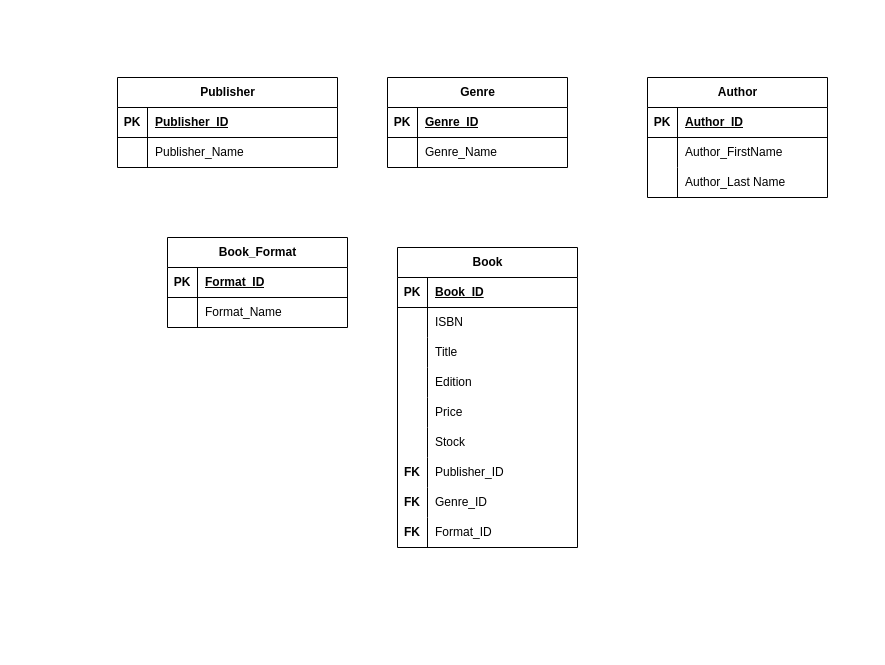
Before: ERD.drawio in s-medalha/Data-Management, a draw.io diagram. Source tidied: cells renumbered, new cells numbered last; positions are measured from the earlier drawing's top-left corner, leaving out a move shared by most shapes. Both pictures are drawn from the tidied source at 100%, with x=0, y=0 at pixel (117, 77).
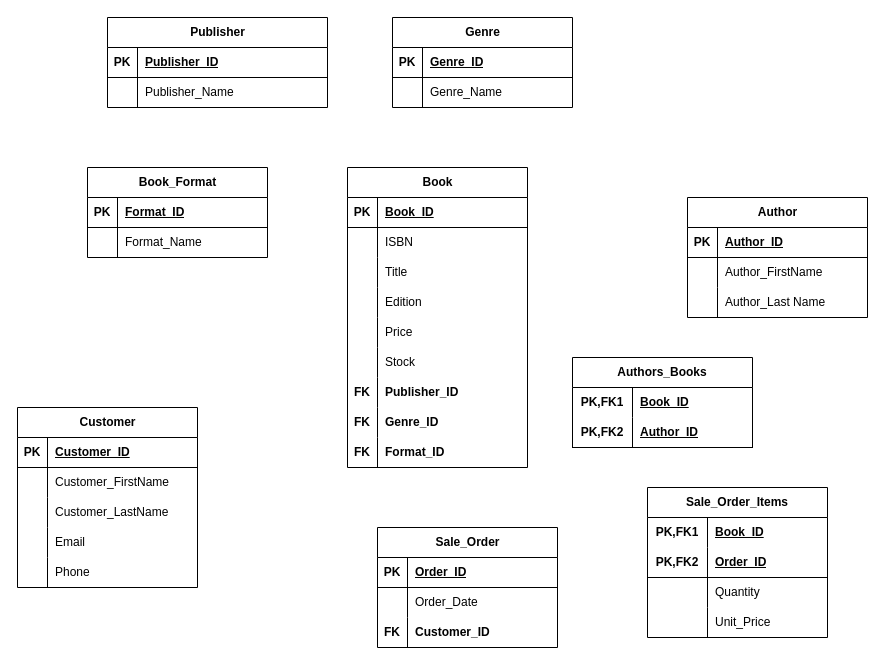
The same page after the edit.

The change refers to these unchanged cells:
```xml
<mxCell id="53" style="shape=tableRow;horizontal=0;startSize=0;swimlaneHead=0;swimlaneBody=0;fillColor=none;top=0;left=0;right=0;bottom=0;" parent="34" vertex="1">
  <mxGeometry y="210" width="180" height="30" as="geometry" />
</mxCell>
<mxCell id="56" style="shape=tableRow;horizontal=0;startSize=0;swimlaneHead=0;swimlaneBody=0;fillColor=none;top=0;left=0;right=0;bottom=0;" parent="34" vertex="1">
  <mxGeometry y="240" width="180" height="30" as="geometry" />
</mxCell>
<mxCell id="59" style="shape=tableRow;horizontal=0;startSize=0;swimlaneHead=0;swimlaneBody=0;fillColor=none;top=0;left=0;right=0;bottom=0;" parent="34" vertex="1">
  <mxGeometry y="270" width="180" height="30" as="geometry" />
</mxCell>
```

The edit, as a diff of the source:
```diff
@@
     <mxCell id="2" value="Publisher" style="shape=table;startSize=30;childLayout=tableLayout;rowLines=0;fontStyle=1;align=center;html=1;" parent="1" vertex="1">
-      <mxGeometry width="220" height="90" as="geometry" />
+      <mxGeometry x="-10" y="-60" width="220" height="90" as="geometry" />
     </mxCell>
@@
     <mxCell id="10" value="Genre" style="shape=table;startSize=30;childLayout=tableLayout;rowLines=0;fontStyle=1;align=center;html=1;" parent="1" vertex="1">
-      <mxGeometry x="270" width="180" height="90" as="geometry" />
+      <mxGeometry x="275" y="-60" width="180" height="90" as="geometry" />
     </mxCell>
@@
     <mxCell id="17" value="Author" style="shape=table;startSize=30;childLayout=tableLayout;rowLines=0;fontStyle=1;align=center;html=1;" parent="1" vertex="1">
-      <mxGeometry x="530" width="180" height="120" as="geometry" />
+      <mxGeometry x="570" y="120" width="180" height="120" as="geometry" />
     </mxCell>
@@
     <mxCell id="27" value="Book_Format" style="shape=table;startSize=30;childLayout=tableLayout;rowLines=0;fontStyle=1;align=center;html=1;" parent="1" vertex="1">
-      <mxGeometry x="50" y="160" width="180" height="90" as="geometry" />
+      <mxGeometry x="-30" y="90" width="180" height="90" as="geometry" />
     </mxCell>
@@
     <mxCell id="34" value="Book" style="shape=table;startSize=30;childLayout=tableLayout;rowLines=0;fontStyle=1;align=center;html=1;" parent="1" vertex="1">
-      <mxGeometry x="280" y="170" width="180" height="300" as="geometry" />
+      <mxGeometry x="230" y="90" width="180" height="300" as="geometry" />
     </mxCell>
@@
-    <mxCell id="55" value="Publisher_ID" style="shape=partialRectangle;fillColor=none;top=0;left=0;bottom=0;right=0;align=left;spacingLeft=6;overflow=hidden;whiteSpace=wrap;html=1;" parent="53" vertex="1">
+    <mxCell id="55" value="Publisher_ID" style="shape=partialRectangle;fillColor=none;top=0;left=0;bottom=0;right=0;align=left;spacingLeft=6;overflow=hidden;whiteSpace=wrap;html=1;fontStyle=1;" parent="53" vertex="1">
       <mxGeometry x="30" width="150" height="30" as="geometry" />
     </mxCell>
@@
-    <mxCell id="58" value="Genre_ID" style="shape=partialRectangle;fillColor=none;top=0;left=0;bottom=0;right=0;align=left;spacingLeft=6;overflow=hidden;whiteSpace=wrap;html=1;" parent="56" vertex="1">
+    <mxCell id="58" value="Genre_ID" style="shape=partialRectangle;fillColor=none;top=0;left=0;bottom=0;right=0;align=left;spacingLeft=6;overflow=hidden;whiteSpace=wrap;html=1;fontStyle=1;" parent="56" vertex="1">
       <mxGeometry x="30" width="150" height="30" as="geometry" />
     </mxCell>
@@
-    <mxCell id="61" value="Format_ID" style="shape=partialRectangle;fillColor=none;top=0;left=0;bottom=0;right=0;align=left;spacingLeft=6;overflow=hidden;whiteSpace=wrap;html=1;" parent="59" vertex="1">
+    <mxCell id="61" value="Format_ID" style="shape=partialRectangle;fillColor=none;top=0;left=0;bottom=0;right=0;align=left;spacingLeft=6;overflow=hidden;whiteSpace=wrap;html=1;fontStyle=1;" parent="59" vertex="1">
       <mxGeometry x="30" width="150" height="30" as="geometry" />
     </mxCell>
+    <mxCell id="62" value="Authors_Books" style="shape=table;startSize=30;childLayout=tableLayout;rowLines=0;fontStyle=1;align=center;html=1;whiteSpace=wrap;" parent="1" vertex="1">
+      <mxGeometry x="455" y="280" width="180" height="90" as="geometry" />
+    </mxCell>
+    <mxCell id="63" style="shape=tableRow;horizontal=0;startSize=0;swimlaneHead=0;swimlaneBody=0;fillColor=none;top=0;left=0;right=0;bottom=0;html=1;" parent="62" vertex="1">
+      <mxGeometry y="30" width="180" height="30" as="geometry" />
+    </mxCell>
+    <mxCell id="64" value="PK,FK1" style="shape=partialRectangle;fillColor=none;top=0;left=0;bottom=0;right=0;fontStyle=1;overflow=hidden;html=1;whiteSpace=wrap;" parent="63" vertex="1">
+      <mxGeometry width="60" height="30" as="geometry" />
+    </mxCell>
+    <mxCell id="65" value="Book_ID" style="shape=partialRectangle;fillColor=none;top=0;left=0;bottom=0;right=0;align=left;spacingLeft=6;fontStyle=5;overflow=hidden;html=1;whiteSpace=wrap;" parent="63" vertex="1">
+      <mxGeometry x="60" width="120" height="30" as="geometry" />
+    </mxCell>
+    <mxCell id="66" style="shape=tableRow;horizontal=0;startSize=0;swimlaneHead=0;swimlaneBody=0;fillColor=none;top=0;left=0;right=0;bottom=1;html=1;" parent="62" vertex="1">
+      <mxGeometry y="60" width="180" height="30" as="geometry" />
+    </mxCell>
+    <mxCell id="67" value="PK,FK2" style="shape=partialRectangle;fillColor=none;top=0;left=0;bottom=0;right=0;fontStyle=1;overflow=hidden;html=1;whiteSpace=wrap;" parent="66" vertex="1">
+      <mxGeometry width="60" height="30" as="geometry" />
+    </mxCell>
+    <mxCell id="68" value="Author_ID" style="shape=partialRectangle;fillColor=none;top=0;left=0;bottom=0;right=0;align=left;spacingLeft=6;fontStyle=5;overflow=hidden;html=1;whiteSpace=wrap;" parent="66" vertex="1">
+      <mxGeometry x="60" width="120" height="30" as="geometry" />
+    </mxCell>
+    <mxCell id="69" value="Customer" style="shape=table;startSize=30;childLayout=tableLayout;rowLines=0;fontStyle=1;align=center;html=1;" parent="1" vertex="1">
+      <mxGeometry x="-100" y="330" width="180" height="180" as="geometry" />
+    </mxCell>
+    <mxCell id="70" style="shape=tableRow;horizontal=0;startSize=0;swimlaneHead=0;swimlaneBody=0;fillColor=none;top=0;left=0;right=0;bottom=1;" parent="69" vertex="1">
+      <mxGeometry y="30" width="180" height="30" as="geometry" />
+    </mxCell>
+    <mxCell id="71" value="PK" style="shape=partialRectangle;fillColor=none;top=0;left=0;bottom=0;right=0;fontStyle=1;overflow=hidden;whiteSpace=wrap;html=1;" parent="70" vertex="1">
+      <mxGeometry width="30" height="30" as="geometry" />
+    </mxCell>
+    <mxCell id="72" value="Customer_ID" style="shape=partialRectangle;fillColor=none;top=0;left=0;bottom=0;right=0;align=left;spacingLeft=6;fontStyle=5;overflow=hidden;whiteSpace=wrap;html=1;" parent="70" vertex="1">
+      <mxGeometry x="30" width="150" height="30" as="geometry" />
+    </mxCell>
+    <mxCell id="73" style="shape=tableRow;horizontal=0;startSize=0;swimlaneHead=0;swimlaneBody=0;fillColor=none;top=0;left=0;right=0;bottom=0;" parent="69" vertex="1">
+      <mxGeometry y="60" width="180" height="30" as="geometry" />
+    </mxCell>
+    <mxCell id="74" style="shape=partialRectangle;fillColor=none;top=0;left=0;bottom=0;right=0;overflow=hidden;whiteSpace=wrap;html=1;" parent="73" vertex="1">
+      <mxGeometry width="30" height="30" as="geometry" />
+    </mxCell>
+    <mxCell id="75" value="Customer_FirstName" style="shape=partialRectangle;fillColor=none;top=0;left=0;bottom=0;right=0;align=left;spacingLeft=6;overflow=hidden;whiteSpace=wrap;html=1;" parent="73" vertex="1">
+      <mxGeometry x="30" width="150" height="30" as="geometry" />
+    </mxCell>
+    <mxCell id="76" style="shape=tableRow;horizontal=0;startSize=0;swimlaneHead=0;swimlaneBody=0;fillColor=none;top=0;left=0;right=0;bottom=0;" parent="69" vertex="1">
+      <mxGeometry y="90" width="180" height="30" as="geometry" />
+    </mxCell>
+    <mxCell id="77" style="shape=partialRectangle;fillColor=none;top=0;left=0;bottom=0;right=0;overflow=hidden;whiteSpace=wrap;html=1;" parent="76" vertex="1">
+      <mxGeometry width="30" height="30" as="geometry" />
+    </mxCell>
+    <mxCell id="78" value="Customer_LastName" style="shape=partialRectangle;fillColor=none;top=0;left=0;bottom=0;right=0;align=left;spacingLeft=6;overflow=hidden;whiteSpace=wrap;html=1;" parent="76" vertex="1">
+      <mxGeometry x="30" width="150" height="30" as="geometry" />
+    </mxCell>
+    <mxCell id="79" style="shape=tableRow;horizontal=0;startSize=0;swimlaneHead=0;swimlaneBody=0;fillColor=none;top=0;left=0;right=0;bottom=0;" parent="69" vertex="1">
+      <mxGeometry y="120" width="180" height="30" as="geometry" />
+    </mxCell>
+    <mxCell id="80" style="shape=partialRectangle;fillColor=none;top=0;left=0;bottom=0;right=0;overflow=hidden;whiteSpace=wrap;html=1;" parent="79" vertex="1">
+      <mxGeometry width="30" height="30" as="geometry" />
+    </mxCell>
+    <mxCell id="81" value="Email" style="shape=partialRectangle;fillColor=none;top=0;left=0;bottom=0;right=0;align=left;spacingLeft=6;overflow=hidden;whiteSpace=wrap;html=1;" parent="79" vertex="1">
+      <mxGeometry x="30" width="150" height="30" as="geometry" />
+    </mxCell>
+    <mxCell id="82" style="shape=tableRow;horizontal=0;startSize=0;swimlaneHead=0;swimlaneBody=0;fillColor=none;top=0;left=0;right=0;bottom=0;" parent="69" vertex="1">
+      <mxGeometry y="150" width="180" height="30" as="geometry" />
+    </mxCell>
+    <mxCell id="83" value="&lt;span style=&quot;white-space: pre;&quot;&gt;&#9;&lt;/span&gt;" style="shape=partialRectangle;fillColor=none;top=0;left=0;bottom=0;right=0;overflow=hidden;whiteSpace=wrap;html=1;" parent="82" vertex="1">
+      <mxGeometry width="30" height="30" as="geometry" />
+    </mxCell>
+    <mxCell id="84" value="Phone" style="shape=partialRectangle;fillColor=none;top=0;left=0;bottom=0;right=0;align=left;spacingLeft=6;overflow=hidden;whiteSpace=wrap;html=1;" parent="82" vertex="1">
+      <mxGeometry x="30" width="150" height="30" as="geometry" />
+    </mxCell>
+    <mxCell id="85" value="Sale_Order" style="shape=table;startSize=30;childLayout=tableLayout;rowLines=0;fontStyle=1;align=center;html=1;" parent="1" vertex="1">
+      <mxGeometry x="260" y="450" width="180" height="120" as="geometry" />
+    </mxCell>
+    <mxCell id="86" style="shape=tableRow;horizontal=0;startSize=0;swimlaneHead=0;swimlaneBody=0;fillColor=none;top=0;left=0;right=0;bottom=1;" parent="85" vertex="1">
+      <mxGeometry y="30" width="180" height="30" as="geometry" />
+    </mxCell>
+    <mxCell id="87" value="PK" style="shape=partialRectangle;fillColor=none;top=0;left=0;bottom=0;right=0;fontStyle=1;overflow=hidden;whiteSpace=wrap;html=1;" parent="86" vertex="1">
+      <mxGeometry width="30" height="30" as="geometry" />
+    </mxCell>
+    <mxCell id="88" value="Order_ID" style="shape=partialRectangle;fillColor=none;top=0;left=0;bottom=0;right=0;align=left;spacingLeft=6;fontStyle=5;overflow=hidden;whiteSpace=wrap;html=1;" parent="86" vertex="1">
+      <mxGeometry x="30" width="150" height="30" as="geometry" />
+    </mxCell>
+    <mxCell id="89" style="shape=tableRow;horizontal=0;startSize=0;swimlaneHead=0;swimlaneBody=0;fillColor=none;top=0;left=0;right=0;bottom=0;" parent="85" vertex="1">
+      <mxGeometry y="60" width="180" height="30" as="geometry" />
+    </mxCell>
+    <mxCell id="90" style="shape=partialRectangle;fillColor=none;top=0;left=0;bottom=0;right=0;overflow=hidden;whiteSpace=wrap;html=1;" parent="89" vertex="1">
+      <mxGeometry width="30" height="30" as="geometry" />
+    </mxCell>
+    <mxCell id="91" value="Order_Date" style="shape=partialRectangle;fillColor=none;top=0;left=0;bottom=0;right=0;align=left;spacingLeft=6;overflow=hidden;whiteSpace=wrap;html=1;" parent="89" vertex="1">
+      <mxGeometry x="30" width="150" height="30" as="geometry" />
+    </mxCell>
+    <mxCell id="92" style="shape=tableRow;horizontal=0;startSize=0;swimlaneHead=0;swimlaneBody=0;fillColor=none;top=0;left=0;right=0;bottom=0;fontStyle=1;" parent="85" vertex="1">
+      <mxGeometry y="90" width="180" height="30" as="geometry" />
+    </mxCell>
+    <mxCell id="93" value="FK" style="shape=partialRectangle;fillColor=none;top=0;left=0;bottom=0;right=0;overflow=hidden;whiteSpace=wrap;html=1;fontStyle=1;" parent="92" vertex="1">
+      <mxGeometry width="30" height="30" as="geometry" />
+    </mxCell>
+    <mxCell id="94" value="Customer_ID" style="shape=partialRectangle;fillColor=none;top=0;left=0;bottom=0;right=0;align=left;spacingLeft=6;overflow=hidden;whiteSpace=wrap;html=1;fontStyle=1;" parent="92" vertex="1">
+      <mxGeometry x="30" width="150" height="30" as="geometry" />
+    </mxCell>
+    <mxCell id="95" value="Sale_Order_Items" style="shape=table;startSize=30;childLayout=tableLayout;rowLines=0;fontStyle=1;align=center;html=1;whiteSpace=wrap;" parent="1" vertex="1">
+      <mxGeometry x="530" y="410" width="180" height="150" as="geometry" />
+    </mxCell>
+    <mxCell id="96" style="shape=tableRow;horizontal=0;startSize=0;swimlaneHead=0;swimlaneBody=0;fillColor=none;top=0;left=0;right=0;bottom=0;html=1;" parent="95" vertex="1">
+      <mxGeometry y="30" width="180" height="30" as="geometry" />
+    </mxCell>
+    <mxCell id="97" value="PK,FK1" style="shape=partialRectangle;fillColor=none;top=0;left=0;bottom=0;right=0;fontStyle=1;overflow=hidden;html=1;whiteSpace=wrap;" parent="96" vertex="1">
+      <mxGeometry width="60" height="30" as="geometry" />
+    </mxCell>
+    <mxCell id="98" value="Book_ID" style="shape=partialRectangle;fillColor=none;top=0;left=0;bottom=0;right=0;align=left;spacingLeft=6;fontStyle=5;overflow=hidden;html=1;whiteSpace=wrap;" parent="96" vertex="1">
+      <mxGeometry x="60" width="120" height="30" as="geometry" />
+    </mxCell>
+    <mxCell id="99" style="shape=tableRow;horizontal=0;startSize=0;swimlaneHead=0;swimlaneBody=0;fillColor=none;top=0;left=0;right=0;bottom=1;html=1;" parent="95" vertex="1">
+      <mxGeometry y="60" width="180" height="30" as="geometry" />
+    </mxCell>
+    <mxCell id="100" value="PK,FK2" style="shape=partialRectangle;fillColor=none;top=0;left=0;bottom=0;right=0;fontStyle=1;overflow=hidden;html=1;whiteSpace=wrap;" parent="99" vertex="1">
+      <mxGeometry width="60" height="30" as="geometry" />
+    </mxCell>
+    <mxCell id="101" value="Order_ID" style="shape=partialRectangle;fillColor=none;top=0;left=0;bottom=0;right=0;align=left;spacingLeft=6;fontStyle=5;overflow=hidden;html=1;whiteSpace=wrap;" parent="99" vertex="1">
+      <mxGeometry x="60" width="120" height="30" as="geometry" />
+    </mxCell>
+    <mxCell id="102" style="shape=tableRow;horizontal=0;startSize=0;swimlaneHead=0;swimlaneBody=0;fillColor=none;top=0;left=0;right=0;bottom=0;html=1;" parent="95" vertex="1">
+      <mxGeometry y="90" width="180" height="30" as="geometry" />
+    </mxCell>
+    <mxCell id="103" style="shape=partialRectangle;fillColor=none;top=0;left=0;bottom=0;right=0;overflow=hidden;html=1;whiteSpace=wrap;" parent="102" vertex="1">
+      <mxGeometry width="60" height="30" as="geometry" />
+    </mxCell>
+    <mxCell id="104" value="Quantity" style="shape=partialRectangle;fillColor=none;top=0;left=0;bottom=0;right=0;align=left;spacingLeft=6;overflow=hidden;html=1;whiteSpace=wrap;" parent="102" vertex="1">
+      <mxGeometry x="60" width="120" height="30" as="geometry" />
+    </mxCell>
+    <mxCell id="105" style="shape=tableRow;horizontal=0;startSize=0;swimlaneHead=0;swimlaneBody=0;fillColor=none;top=0;left=0;right=0;bottom=0;html=1;" parent="95" vertex="1">
+      <mxGeometry y="120" width="180" height="30" as="geometry" />
+    </mxCell>
+    <mxCell id="106" style="shape=partialRectangle;fillColor=none;top=0;left=0;bottom=0;right=0;overflow=hidden;html=1;whiteSpace=wrap;" parent="105" vertex="1">
+      <mxGeometry width="60" height="30" as="geometry" />
+    </mxCell>
+    <mxCell id="107" value="Unit_Price" style="shape=partialRectangle;fillColor=none;top=0;left=0;bottom=0;right=0;align=left;spacingLeft=6;overflow=hidden;html=1;whiteSpace=wrap;" parent="105" vertex="1">
+      <mxGeometry x="60" width="120" height="30" as="geometry" />
+    </mxCell>
```
